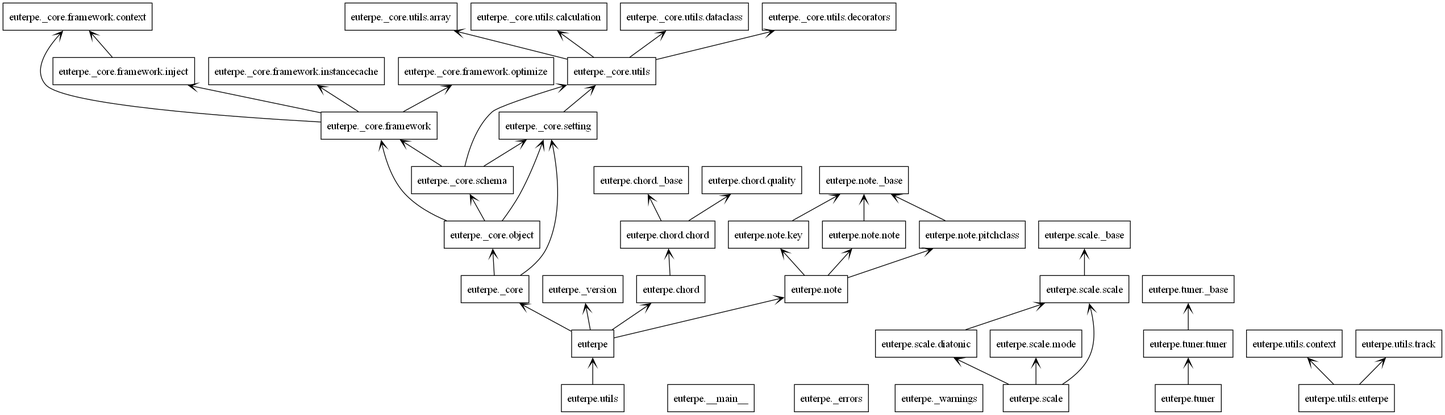
Before: documents/design/class-diagram/packages.png, a diagram exported from PlantUML (Oujox/aulos). Its source is kept beside it as documents/design/class-diagram/packages.puml.
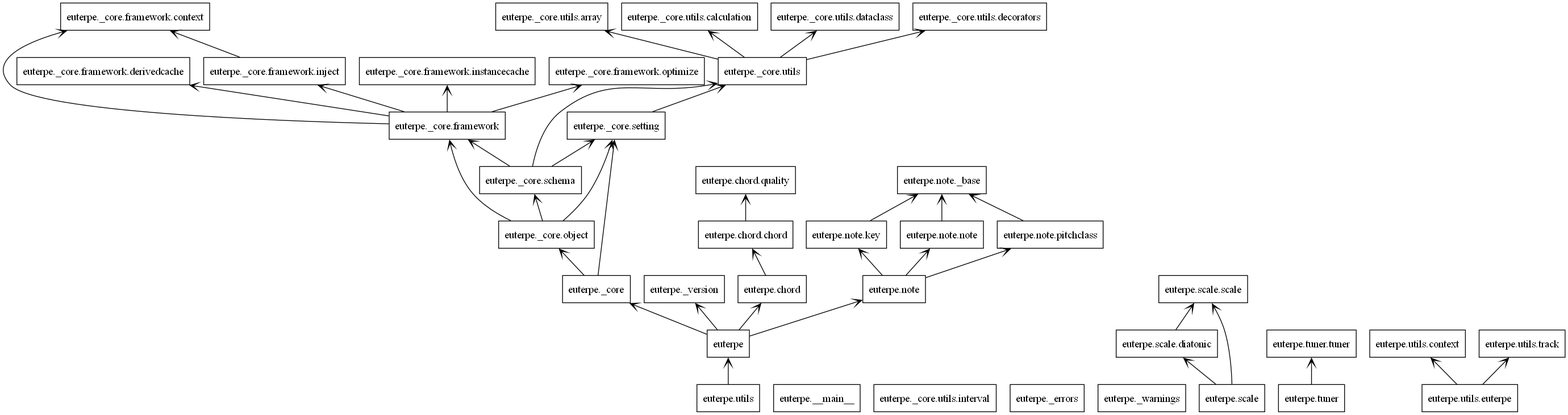
After the commit.

Diff of the diagram source:
```diff
@@ -9,6 +9,8 @@
 package "euterpe._core.framework" as euterpe._core.framework {
 }
 package "euterpe._core.framework.context" as euterpe._core.framework.context {
+}
+package "euterpe._core.framework.derivedcache" as euterpe._core.framework.derivedcache {
 }
 package "euterpe._core.framework.inject" as euterpe._core.framework.inject {
 }
@@ -32,6 +34,8 @@
 }
 package "euterpe._core.utils.decorators" as euterpe._core.utils.decorators {
 }
+package "euterpe._core.utils.interval" as euterpe._core.utils.interval {
+}
 package "euterpe._errors" as euterpe._errors {
 }
 package "euterpe._version" as euterpe._version {
@@ -39,8 +43,6 @@
 package "euterpe._warnings" as euterpe._warnings {
 }
 package "euterpe.chord" as euterpe.chord {
-}
-package "euterpe.chord._base" as euterpe.chord._base {
 }
 package "euterpe.chord.chord" as euterpe.chord.chord {
 }
@@ -58,17 +60,11 @@
 }
 package "euterpe.scale" as euterpe.scale {
 }
-package "euterpe.scale._base" as euterpe.scale._base {
-}
 package "euterpe.scale.diatonic" as euterpe.scale.diatonic {
-}
-package "euterpe.scale.mode" as euterpe.scale.mode {
 }
 package "euterpe.scale.scale" as euterpe.scale.scale {
 }
 package "euterpe.tuner" as euterpe.tuner {
-}
-package "euterpe.tuner._base" as euterpe.tuner._base {
 }
 package "euterpe.tuner.tuner" as euterpe.tuner.tuner {
 }
@@ -87,6 +83,7 @@
 euterpe._core --> euterpe._core.object
 euterpe._core --> euterpe._core.setting
 euterpe._core.framework --> euterpe._core.framework.context
+euterpe._core.framework --> euterpe._core.framework.derivedcache
 euterpe._core.framework --> euterpe._core.framework.inject
 euterpe._core.framework --> euterpe._core.framework.instancecache
 euterpe._core.framework --> euterpe._core.framework.optimize
@@ -103,7 +100,6 @@
 euterpe._core.utils --> euterpe._core.utils.dataclass
 euterpe._core.utils --> euterpe._core.utils.decorators
 euterpe.chord --> euterpe.chord.chord
-euterpe.chord.chord --> euterpe.chord._base
 euterpe.chord.chord --> euterpe.chord.quality
 euterpe.note --> euterpe.note.key
 euterpe.note --> euterpe.note.note
@@ -112,12 +108,9 @@
 euterpe.note.note --> euterpe.note._base
 euterpe.note.pitchclass --> euterpe.note._base
 euterpe.scale --> euterpe.scale.diatonic
-euterpe.scale --> euterpe.scale.mode
 euterpe.scale --> euterpe.scale.scale
 euterpe.scale.diatonic --> euterpe.scale.scale
-euterpe.scale.scale --> euterpe.scale._base
 euterpe.tuner --> euterpe.tuner.tuner
-euterpe.tuner.tuner --> euterpe.tuner._base
 euterpe.utils --> euterpe
 euterpe.utils.euterpe --> euterpe.utils.context
 euterpe.utils.euterpe --> euterpe.utils.track
```
